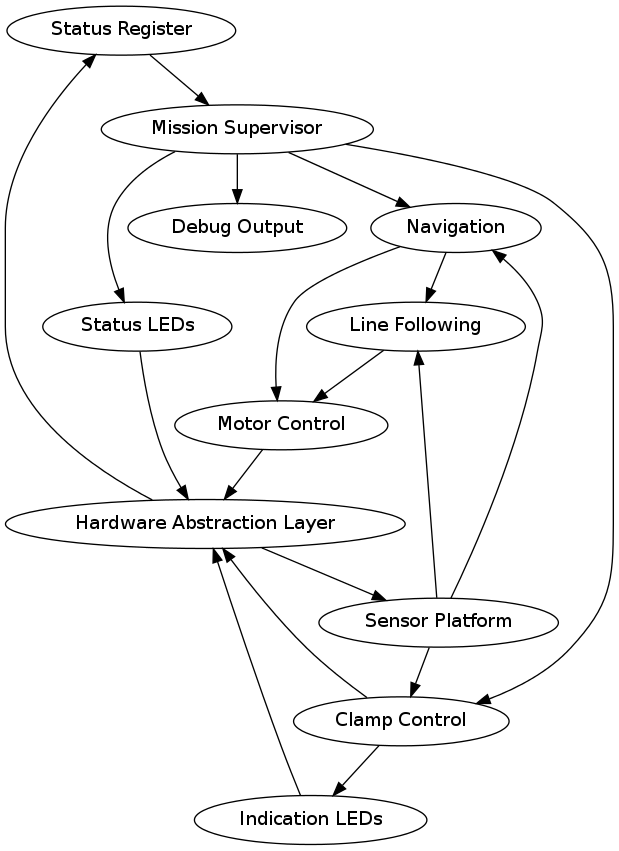
The Graphviz diagram misc/layout.png in adamgreig/IDP, before a commit. Its source is kept beside it as misc/layout.dot.
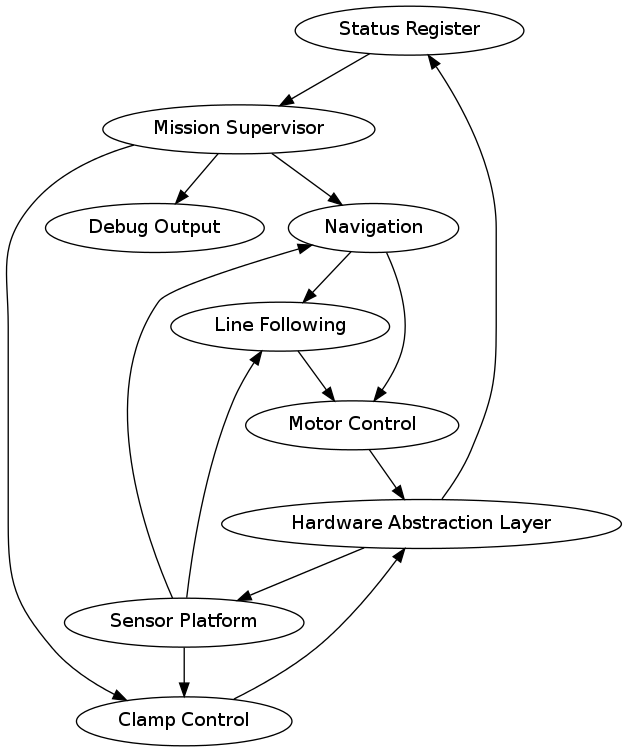
Above is the later version.

Commit message:
simplified layout diagram

The edit, as a diff of the source:
```diff
@@ -6,15 +6,11 @@
     "Navigation" -> "Motor Control";
     "Mission Supervisor" -> "Clamp Control";
     "Mission Supervisor" -> "Debug Output";
-    "Mission Supervisor" -> "Status LEDs";
     "Motor Control" -> "Hardware Abstraction Layer";
     "Sensor Platform" -> "Clamp Control";
     "Sensor Platform" -> "Line Following";
     "Sensor Platform" -> "Navigation";
-    "Clamp Control" -> "Indication LEDs";
-    "Indication LEDs" -> "Hardware Abstraction Layer";
     "Clamp Control" -> "Hardware Abstraction Layer";
-    "Status LEDs" -> "Hardware Abstraction Layer";
     "Hardware Abstraction Layer" -> "Sensor Platform";
     "Hardware Abstraction Layer" -> "Status Register";
 }
```
